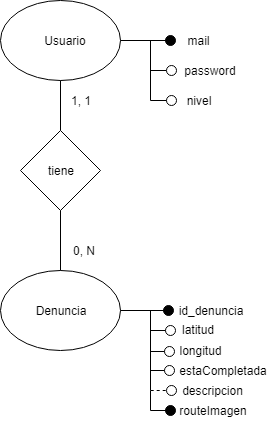
Earlier version of the draw.io export documentacion/DER GarbageMap.png (santiago-a-vidal/GarbageMap). Source tidied: cells renumbered, new cells last; positions are measured from the earlier drawing's top-left corner, leaving out a move shared by most shapes.
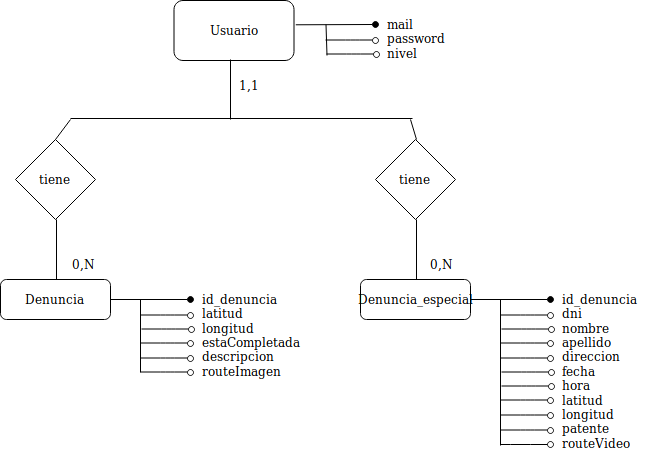
The same file after the commit.

The edit, as a diff of the source:
```diff
@@ -2,157 +2,254 @@
   <root>
     <mxCell id="0" />
     <mxCell id="1" parent="0" />
-    <mxCell id="2" style="ellipse;whiteSpace=wrap;html=1;" parent="1" vertex="1">
-      <mxGeometry y="270" width="120" height="80" as="geometry" />
-    </mxCell>
+    <mxCell id="18" value="Usuario" style="rounded=1;whiteSpace=wrap;html=1;" parent="1" vertex="1">
+      <mxGeometry x="-86.5" y="-59" width="120" height="60" as="geometry" />
+    </mxCell>
+    <mxCell id="42" value="tiene" style="rhombus;whiteSpace=wrap;html=1;" parent="1" vertex="1">
+      <mxGeometry x="115" y="80" width="80" height="80" as="geometry" />
+    </mxCell>
+    <mxCell id="43" style="rounded=0;jettySize=auto;html=1;exitX=1;exitY=0.5;exitDx=0;exitDy=0;strokeColor=#000000;startArrow=none;startFill=0;jumpStyle=gap;strokeWidth=1;endArrow=oval;endFill=1;" parent="1" edge="1" source="44">
+      <mxGeometry relative="1" as="geometry">
+        <mxPoint x="290" y="240" as="targetPoint" />
+      </mxGeometry>
+    </mxCell>
+    <mxCell id="44" value="Denuncia_especial" style="rounded=1;whiteSpace=wrap;html=1;" parent="1" vertex="1">
+      <mxGeometry x="100" y="220" width="110" height="40" as="geometry" />
+    </mxCell>
+    <mxCell id="45" style="endArrow=none;html=1;strokeColor=#000000;strokeWidth=1;endFill=0;arcSize=20;" parent="1" edge="1">
+      <mxGeometry relative="1" as="geometry">
+        <mxPoint x="240" y="240" as="sourcePoint" />
+        <mxPoint x="240" y="386" as="targetPoint" />
+      </mxGeometry>
+    </mxCell>
+    <mxCell id="46" style="endArrow=oval;html=1;strokeColor=#000000;strokeWidth=1;startArrow=none;startFill=0;endFill=0;" parent="1" edge="1">
+      <mxGeometry relative="1" as="geometry">
+        <mxPoint x="240" y="255.5" as="sourcePoint" />
+        <mxPoint x="290" y="255.5" as="targetPoint" />
+        <Array as="points">
+          <mxPoint x="270" y="255.5" />
+        </Array>
+      </mxGeometry>
+    </mxCell>
+    <mxCell id="47" style="endArrow=oval;html=1;strokeColor=#000000;strokeWidth=1;endFill=0;" parent="1" edge="1">
+      <mxGeometry relative="1" as="geometry">
+        <mxPoint x="241" y="269.5" as="sourcePoint" />
+        <mxPoint x="291" y="269.5" as="targetPoint" />
+        <Array as="points">
+          <mxPoint x="271" y="269.5" />
+        </Array>
+      </mxGeometry>
+    </mxCell>
+    <mxCell id="48" style="endArrow=oval;html=1;strokeColor=#000000;strokeWidth=1;endFill=0;" parent="1" edge="1">
+      <mxGeometry relative="1" as="geometry">
+        <mxPoint x="240" y="283.5" as="sourcePoint" />
+        <mxPoint x="290" y="283.5" as="targetPoint" />
+        <Array as="points">
+          <mxPoint x="270" y="283.5" />
+        </Array>
+      </mxGeometry>
+    </mxCell>
+    <mxCell id="49" style="endArrow=oval;html=1;strokeColor=#000000;strokeWidth=1;endFill=0;" parent="1" edge="1">
+      <mxGeometry relative="1" as="geometry">
+        <mxPoint x="240" y="298.5" as="sourcePoint" />
+        <mxPoint x="290" y="298.5" as="targetPoint" />
+        <Array as="points">
+          <mxPoint x="270" y="298.5" />
+        </Array>
+      </mxGeometry>
+    </mxCell>
+    <mxCell id="50" style="endArrow=oval;html=1;strokeColor=#000000;strokeWidth=1;endFill=0;" parent="1" edge="1">
+      <mxGeometry relative="1" as="geometry">
+        <mxPoint x="241" y="312.5" as="sourcePoint" />
+        <mxPoint x="291" y="312.5" as="targetPoint" />
+        <Array as="points">
+          <mxPoint x="271" y="312.5" />
+        </Array>
+      </mxGeometry>
+    </mxCell>
+    <mxCell id="51" style="endArrow=oval;html=1;strokeColor=#000000;strokeWidth=1;endFill=0;" parent="1" edge="1">
+      <mxGeometry relative="1" as="geometry">
+        <mxPoint x="241" y="326.5" as="sourcePoint" />
+        <mxPoint x="291" y="326.5" as="targetPoint" />
+        <Array as="points">
+          <mxPoint x="271" y="326.5" />
+        </Array>
+      </mxGeometry>
+    </mxCell>
+    <mxCell id="52" style="endArrow=oval;html=1;strokeColor=#000000;strokeWidth=1;endFill=0;" parent="1" edge="1">
+      <mxGeometry relative="1" as="geometry">
+        <mxPoint x="240" y="340.5" as="sourcePoint" />
+        <mxPoint x="290" y="340.5" as="targetPoint" />
+        <Array as="points">
+          <mxPoint x="270" y="340.5" />
+        </Array>
+      </mxGeometry>
+    </mxCell>
+    <mxCell id="53" style="endArrow=oval;html=1;strokeColor=#000000;strokeWidth=1;endFill=0;" parent="1" edge="1">
+      <mxGeometry relative="1" as="geometry">
+        <mxPoint x="240" y="355.5" as="sourcePoint" />
+        <mxPoint x="290" y="355.5" as="targetPoint" />
+        <Array as="points">
+          <mxPoint x="270" y="355.5" />
+        </Array>
+      </mxGeometry>
+    </mxCell>
+    <mxCell id="54" style="endArrow=oval;html=1;strokeColor=#000000;strokeWidth=1;endFill=0;" parent="1" edge="1">
+      <mxGeometry relative="1" as="geometry">
+        <mxPoint x="240" y="370.5" as="sourcePoint" />
+        <mxPoint x="290" y="370.5" as="targetPoint" />
+        <Array as="points">
+          <mxPoint x="270" y="370.5" />
+        </Array>
+      </mxGeometry>
+    </mxCell>
+    <mxCell id="55" style="endArrow=oval;html=1;strokeColor=#000000;strokeWidth=1;endFill=0;" parent="1" edge="1">
+      <mxGeometry relative="1" as="geometry">
+        <mxPoint x="240" y="385" as="sourcePoint" />
+        <mxPoint x="290" y="385" as="targetPoint" />
+        <Array as="points">
+          <mxPoint x="260" y="385" />
+        </Array>
+      </mxGeometry>
+    </mxCell>
+    <mxCell id="56" value="&lt;div&gt;id_denuncia&lt;/div&gt;&lt;div&gt;dni&lt;/div&gt;&lt;div&gt;nombre&lt;/div&gt;&lt;div&gt;apellido&lt;/div&gt;&lt;div&gt;direccion&lt;/div&gt;&lt;div&gt;fecha&lt;/div&gt;&lt;div&gt;hora&lt;/div&gt;&lt;div&gt;latitud&lt;/div&gt;&lt;div&gt;longitud&lt;/div&gt;&lt;div&gt;patente &lt;br&gt;&lt;/div&gt;&lt;div&gt;routeVideo&lt;br&gt;&lt;/div&gt;" style="text;html=1;align=left;verticalAlign=top;spacingTop=-4;" parent="1" vertex="1">
+      <mxGeometry x="300" y="230" width="90" height="160" as="geometry" />
+    </mxCell>
+    <mxCell id="57" style="rounded=0;jettySize=auto;html=1;exitX=1;exitY=0.5;exitDx=0;exitDy=0;strokeColor=#000000;startArrow=none;startFill=0;jumpStyle=gap;strokeWidth=1;endArrow=oval;endFill=1;" parent="1" edge="1" source="3">
+      <mxGeometry relative="1" as="geometry">
+        <mxPoint x="-70" y="240" as="targetPoint" />
+      </mxGeometry>
+    </mxCell>
-    <mxCell id="3" value="Denuncia" style="text;html=1;strokeColor=none;fillColor=none;align=center;verticalAlign=middle;whiteSpace=wrap;rounded=0;" parent="1" vertex="1">
-      <mxGeometry x="30" y="300" width="60" height="20" as="geometry" />
+    <mxCell id="3" value="Denuncia" style="rounded=1;whiteSpace=wrap;html=1;" parent="1" vertex="1">
+      <mxGeometry x="-260" y="220" width="110" height="40" as="geometry" />
     </mxCell>
-    <mxCell id="4" value="latitud&lt;br&gt;&lt;br&gt;" style="text;html=1;align=left;verticalAlign=top;spacingTop=-4;" parent="1" vertex="1">
-      <mxGeometry x="180" y="320" width="50" height="30" as="geometry" />
-    </mxCell>
-    <mxCell id="5" value="longitud" style="text;html=1;strokeColor=none;fillColor=none;align=center;verticalAlign=middle;whiteSpace=wrap;rounded=0;" parent="1" vertex="1">
-      <mxGeometry x="180" y="340" width="40" height="20" as="geometry" />
-    </mxCell>
-    <mxCell id="6" value="id_denuncia" style="text;html=1;strokeColor=none;fillColor=none;align=center;verticalAlign=middle;whiteSpace=wrap;rounded=0;" parent="1" vertex="1">
-      <mxGeometry x="190" y="300" width="40" height="20" as="geometry" />
-    </mxCell>
-    <mxCell id="7" value="estaCompletada" style="text;html=1;strokeColor=none;fillColor=none;align=center;verticalAlign=middle;whiteSpace=wrap;rounded=0;" parent="1" vertex="1">
-      <mxGeometry x="173" y="360" width="100" height="20" as="geometry" />
-    </mxCell>
-    <mxCell id="8" style="endArrow=none;html=1;exitX=1;exitY=0.5;exitDx=0;exitDy=0;" parent="1" edge="1" source="2">
-      <mxGeometry relative="1" as="geometry">
-        <mxPoint x="170" y="310" as="targetPoint" />
-      </mxGeometry>
-    </mxCell>
-    <mxCell id="9" style="endArrow=none;html=1;" parent="1" edge="1">
-      <mxGeometry relative="1" as="geometry">
-        <mxPoint x="150" y="390" as="sourcePoint" />
-        <mxPoint x="150" y="310" as="targetPoint" />
-      </mxGeometry>
-    </mxCell>
-    <mxCell id="10" style="ellipse;whiteSpace=wrap;html=1;fillColor=#000000;" parent="1" vertex="1">
-      <mxGeometry x="163" y="305" width="10" height="10" as="geometry" />
-    </mxCell>
-    <mxCell id="11" style="endArrow=none;html=1;" parent="1" edge="1">
-      <mxGeometry relative="1" as="geometry">
-        <mxPoint x="170" y="330" as="sourcePoint" />
-        <mxPoint x="150" y="330" as="targetPoint" />
-      </mxGeometry>
-    </mxCell>
-    <mxCell id="12" style="ellipse;whiteSpace=wrap;html=1;fillColor=#FFFFFF;" parent="1" vertex="1">
-      <mxGeometry x="165" y="325" width="10" height="10" as="geometry" />
-    </mxCell>
-    <mxCell id="13" style="ellipse;whiteSpace=wrap;html=1;fillColor=#FFFFFF;" parent="1" vertex="1">
-      <mxGeometry x="164" y="346" width="10" height="10" as="geometry" />
-    </mxCell>
-    <mxCell id="14" style="ellipse;whiteSpace=wrap;html=1;fillColor=#FFFFFF;" parent="1" vertex="1">
-      <mxGeometry x="164" y="365" width="10" height="10" as="geometry" />
-    </mxCell>
-    <mxCell id="15" style="endArrow=none;html=1;exitX=0;exitY=0.5;exitDx=0;exitDy=0;" parent="1" edge="1" source="13">
-      <mxGeometry relative="1" as="geometry">
-        <mxPoint x="150" y="351" as="targetPoint" />
-      </mxGeometry>
-    </mxCell>
-    <mxCell id="16" style="endArrow=none;html=1;" parent="1" edge="1">
-      <mxGeometry relative="1" as="geometry">
-        <mxPoint x="164" y="370" as="sourcePoint" />
-        <mxPoint x="150" y="370" as="targetPoint" />
-      </mxGeometry>
-    </mxCell>
-    <mxCell id="17" style="ellipse;whiteSpace=wrap;html=1;fillColor=#FFFFFF;" parent="1" vertex="1">
-      <mxGeometry width="120" height="80" as="geometry" />
-    </mxCell>
-    <mxCell id="18" value="Usuario" style="text;html=1;strokeColor=none;fillColor=none;align=center;verticalAlign=middle;whiteSpace=wrap;rounded=0;" parent="1" vertex="1">
-      <mxGeometry x="45" y="30" width="40" height="20" as="geometry" />
-    </mxCell>
-    <mxCell id="19" value="mail" style="text;html=1;strokeColor=none;fillColor=none;align=center;verticalAlign=middle;whiteSpace=wrap;rounded=0;" parent="1" vertex="1">
-      <mxGeometry x="186" y="30" width="24" height="20" as="geometry" />
-    </mxCell>
-    <mxCell id="20" value="password" style="text;html=1;strokeColor=none;fillColor=none;align=center;verticalAlign=middle;whiteSpace=wrap;rounded=0;" parent="1" vertex="1">
-      <mxGeometry x="180" y="60" width="60" height="20" as="geometry" />
-    </mxCell>
-    <mxCell id="21" style="endArrow=none;html=1;entryX=1;entryY=0.5;entryDx=0;entryDy=0;" parent="1" edge="1" target="17">
-      <mxGeometry relative="1" as="geometry">
-        <mxPoint x="170" y="40" as="sourcePoint" />
-      </mxGeometry>
-    </mxCell>
-    <mxCell id="22" style="endArrow=none;html=1;" parent="1" edge="1">
-      <mxGeometry relative="1" as="geometry">
-        <mxPoint x="150" y="100" as="sourcePoint" />
-        <mxPoint x="150" y="40" as="targetPoint" />
-      </mxGeometry>
-    </mxCell>
-    <mxCell id="23" style="endArrow=none;html=1;exitX=0;exitY=0.5;exitDx=0;exitDy=0;" parent="1" edge="1" source="25">
-      <mxGeometry relative="1" as="geometry">
-        <mxPoint x="150" y="70" as="targetPoint" />
-      </mxGeometry>
-    </mxCell>
-    <mxCell id="24" style="ellipse;whiteSpace=wrap;html=1;fillColor=#000000;" parent="1" vertex="1">
-      <mxGeometry x="165" y="35" width="10" height="10" as="geometry" />
-    </mxCell>
-    <mxCell id="25" style="ellipse;whiteSpace=wrap;html=1;fillColor=#FFFFFF;" parent="1" vertex="1">
-      <mxGeometry x="166" y="65" width="10" height="10" as="geometry" />
-    </mxCell>
-    <mxCell id="26" value="descripcion" style="text;html=1;strokeColor=none;fillColor=none;align=center;verticalAlign=middle;whiteSpace=wrap;rounded=0;" parent="1" vertex="1">
-      <mxGeometry x="180" y="380" width="65" height="20" as="geometry" />
-    </mxCell>
-    <mxCell id="27" style="endArrow=none;html=1;exitX=0;exitY=0.5;exitDx=0;exitDy=0;dashed=1;" parent="1" edge="1">
-      <mxGeometry relative="1" as="geometry">
-        <mxPoint x="171.2" y="390" as="sourcePoint" />
-        <mxPoint x="150" y="390" as="targetPoint" />
-      </mxGeometry>
-    </mxCell>
-    <mxCell id="28" style="ellipse;whiteSpace=wrap;html=1;fillColor=#FFFFFF;" parent="1" vertex="1">
-      <mxGeometry x="166" y="385" width="10" height="10" as="geometry" />
-    </mxCell>
-    <mxCell id="29" style="endArrow=none;html=1;" parent="1" edge="1">
-      <mxGeometry relative="1" as="geometry">
-        <mxPoint x="150" y="100" as="sourcePoint" />
-        <mxPoint x="170" y="100" as="targetPoint" />
-      </mxGeometry>
-    </mxCell>
-    <mxCell id="30" style="ellipse;whiteSpace=wrap;html=1;fillColor=#FFFFFF;" parent="1" vertex="1">
-      <mxGeometry x="166" y="95" width="10" height="10" as="geometry" />
-    </mxCell>
-    <mxCell id="31" value="nivel" style="text;html=1;strokeColor=none;fillColor=none;align=center;verticalAlign=middle;whiteSpace=wrap;rounded=0;" parent="1" vertex="1">
-      <mxGeometry x="183" y="90" width="30" height="20" as="geometry" />
-    </mxCell>
-    <mxCell id="32" style="rhombus;whiteSpace=wrap;html=1;fillColor=#FFFFFF;" parent="1" vertex="1">
-      <mxGeometry x="20" y="130" width="80" height="80" as="geometry" />
-    </mxCell>
-    <mxCell id="33" value="0, N&lt;br&gt;" style="text;html=1;strokeColor=none;fillColor=none;align=center;verticalAlign=middle;whiteSpace=wrap;rounded=0;" parent="1" vertex="1">
-      <mxGeometry x="63" y="240" width="40" height="20" as="geometry" />
-    </mxCell>
-    <mxCell id="34" value="1, 1" style="text;html=1;strokeColor=none;fillColor=none;align=center;verticalAlign=middle;whiteSpace=wrap;rounded=0;" parent="1" vertex="1">
-      <mxGeometry x="60" y="90" width="40" height="20" as="geometry" />
-    </mxCell>
-    <mxCell id="35" value="tiene" style="text;html=1;strokeColor=none;fillColor=none;align=center;verticalAlign=middle;whiteSpace=wrap;rounded=0;" parent="1" vertex="1">
-      <mxGeometry x="40" y="160" width="40" height="20" as="geometry" />
-    </mxCell>
-    <mxCell id="36" style="endArrow=none;html=1;entryX=0.5;entryY=1;entryDx=0;entryDy=0;" parent="1" edge="1" source="2" target="32">
-      <mxGeometry relative="1" as="geometry" />
-    </mxCell>
-    <mxCell id="37" style="endArrow=none;html=1;entryX=0.5;entryY=0;entryDx=0;entryDy=0;exitX=0.5;exitY=1;exitDx=0;exitDy=0;" parent="1" edge="1" source="17" target="32">
-      <mxGeometry relative="1" as="geometry" />
-    </mxCell>
-    <mxCell id="38" value="routeImagen" style="text;html=1;strokeColor=none;fillColor=none;align=center;verticalAlign=middle;whiteSpace=wrap;rounded=0;" parent="1" vertex="1">
-      <mxGeometry x="193" y="400" width="40" height="20" as="geometry" />
-    </mxCell>
-    <mxCell id="39" style="endArrow=none;html=1;" parent="1" edge="1">
-      <mxGeometry relative="1" as="geometry">
-        <mxPoint x="150" y="410" as="sourcePoint" />
-        <mxPoint x="150" y="390" as="targetPoint" />
-      </mxGeometry>
-    </mxCell>
-    <mxCell id="40" style="endArrow=none;html=1;" parent="1" edge="1">
-      <mxGeometry relative="1" as="geometry">
-        <mxPoint x="150" y="410" as="sourcePoint" />
-        <mxPoint x="170" y="410" as="targetPoint" />
-      </mxGeometry>
-    </mxCell>
-    <mxCell id="41" style="ellipse;whiteSpace=wrap;html=1;fillColor=#000000;" parent="1" vertex="1">
-      <mxGeometry x="165" y="405" width="10" height="10" as="geometry" />
-    </mxCell>
+    <mxCell id="58" style="endArrow=none;html=1;strokeColor=#000000;strokeWidth=1;endFill=0;arcSize=0;" parent="1" edge="1">
+      <mxGeometry relative="1" as="geometry">
+        <mxPoint x="-120" y="240" as="sourcePoint" />
+        <mxPoint x="-120" y="313" as="targetPoint" />
+      </mxGeometry>
+    </mxCell>
+    <mxCell id="59" style="endArrow=oval;html=1;strokeColor=#000000;strokeWidth=1;startArrow=none;startFill=0;endFill=0;" parent="1" edge="1">
+      <mxGeometry relative="1" as="geometry">
+        <mxPoint x="-120" y="255.5" as="sourcePoint" />
+        <mxPoint x="-70" y="255.5" as="targetPoint" />
+        <Array as="points">
+          <mxPoint x="-90" y="255.5" />
+        </Array>
+      </mxGeometry>
+    </mxCell>
+    <mxCell id="60" style="endArrow=oval;html=1;strokeColor=#000000;strokeWidth=1;endFill=0;" parent="1" edge="1">
+      <mxGeometry relative="1" as="geometry">
+        <mxPoint x="-119" y="269.5" as="sourcePoint" />
+        <mxPoint x="-69" y="269.5" as="targetPoint" />
+        <Array as="points">
+          <mxPoint x="-89" y="269.5" />
+        </Array>
+      </mxGeometry>
+    </mxCell>
+    <mxCell id="61" style="endArrow=oval;html=1;strokeColor=#000000;strokeWidth=1;endFill=0;" parent="1" edge="1">
+      <mxGeometry relative="1" as="geometry">
+        <mxPoint x="-120" y="283.5" as="sourcePoint" />
+        <mxPoint x="-70" y="283.5" as="targetPoint" />
+        <Array as="points">
+          <mxPoint x="-90" y="283.5" />
+        </Array>
+      </mxGeometry>
+    </mxCell>
+    <mxCell id="62" style="endArrow=oval;html=1;strokeColor=#000000;strokeWidth=1;endFill=0;" parent="1" edge="1">
+      <mxGeometry relative="1" as="geometry">
+        <mxPoint x="-120" y="298.5" as="sourcePoint" />
+        <mxPoint x="-70" y="298.5" as="targetPoint" />
+        <Array as="points">
+          <mxPoint x="-90" y="298.5" />
+        </Array>
+      </mxGeometry>
+    </mxCell>
+    <mxCell id="63" style="endArrow=oval;html=1;strokeColor=#000000;strokeWidth=1;endFill=0;" parent="1" edge="1">
+      <mxGeometry relative="1" as="geometry">
+        <mxPoint x="-120" y="312.5" as="sourcePoint" />
+        <mxPoint x="-70" y="312.5" as="targetPoint" />
+        <Array as="points">
+          <mxPoint x="-90" y="312.5" />
+        </Array>
+      </mxGeometry>
+    </mxCell>
+    <mxCell id="64" value="&lt;div&gt;id_denuncia&lt;/div&gt;&lt;div&gt;latitud&lt;/div&gt;&lt;div&gt;longitud&lt;/div&gt;&lt;div&gt;estaCompletada&lt;br&gt;&lt;/div&gt;&lt;div&gt;descripcion&lt;/div&gt;&lt;div&gt;routeImagen&lt;br&gt;&lt;/div&gt;" style="text;html=1;align=left;verticalAlign=top;spacingTop=-4;" parent="1" vertex="1">
+      <mxGeometry x="-60" y="230" width="120" height="90" as="geometry" />
+    </mxCell>
+    <mxCell id="65" value="tiene" style="rhombus;whiteSpace=wrap;html=1;" parent="1" vertex="1">
+      <mxGeometry x="-245" y="80" width="80" height="80" as="geometry" />
+    </mxCell>
+    <mxCell id="66" style="rounded=0;orthogonalLoop=1;jettySize=auto;html=1;exitX=1;exitY=0.5;exitDx=0;exitDy=0;strokeColor=#000000;startArrow=none;startFill=0;jumpStyle=gap;strokeWidth=1;endArrow=oval;endFill=1;" parent="1" edge="1">
+      <mxGeometry relative="1" as="geometry">
+        <mxPoint x="35.3" y="-34.7" as="sourcePoint" />
+        <mxPoint x="115" y="-35" as="targetPoint" />
+      </mxGeometry>
+    </mxCell>
+    <mxCell id="67" style="endArrow=none;html=1;strokeColor=#000000;strokeWidth=1;endFill=0;arcSize=0;" parent="1" edge="1">
+      <mxGeometry relative="1" as="geometry">
+        <mxPoint x="65.5" y="-35" as="sourcePoint" />
+        <mxPoint x="66.5" y="-4" as="targetPoint" />
+      </mxGeometry>
+    </mxCell>
+    <mxCell id="68" style="endArrow=oval;html=1;strokeColor=#000000;strokeWidth=1;startArrow=none;startFill=0;endFill=0;" parent="1" edge="1">
+      <mxGeometry relative="1" as="geometry">
+        <mxPoint x="65" y="-19.5" as="sourcePoint" />
+        <mxPoint x="115" y="-19.5" as="targetPoint" />
+        <Array as="points">
+          <mxPoint x="95" y="-19.5" />
+        </Array>
+      </mxGeometry>
+    </mxCell>
+    <mxCell id="69" style="endArrow=oval;html=1;strokeColor=#000000;strokeWidth=1;endFill=0;" parent="1" edge="1">
+      <mxGeometry relative="1" as="geometry">
+        <mxPoint x="66" y="-5.5" as="sourcePoint" />
+        <mxPoint x="116" y="-5.5" as="targetPoint" />
+        <Array as="points">
+          <mxPoint x="96" y="-5.5" />
+        </Array>
+      </mxGeometry>
+    </mxCell>
+    <mxCell id="70" value="&lt;div&gt;mail&lt;/div&gt;&lt;div&gt;password&lt;/div&gt;&lt;div&gt;nivel&lt;br&gt;&lt;/div&gt;" style="text;html=1;align=left;verticalAlign=top;spacingTop=-4;" parent="1" vertex="1">
+      <mxGeometry x="125" y="-45" width="70" height="40" as="geometry" />
+    </mxCell>
+    <mxCell id="71" style="endArrow=none;html=1;strokeColor=#000000;strokeWidth=1;" parent="1" edge="1">
+      <mxGeometry relative="1" as="geometry">
+        <mxPoint x="-30" y="60" as="sourcePoint" />
+        <mxPoint x="-30" as="targetPoint" />
+      </mxGeometry>
+    </mxCell>
+    <mxCell id="72" style="endArrow=none;html=1;strokeColor=#000000;strokeWidth=1;" parent="1" edge="1">
+      <mxGeometry relative="1" as="geometry">
+        <mxPoint x="-190" y="59" as="sourcePoint" />
+        <mxPoint x="152" y="59" as="targetPoint" />
+      </mxGeometry>
+    </mxCell>
+    <mxCell id="73" style="endArrow=none;html=1;strokeColor=#000000;strokeWidth=1;exitX=0.5;exitY=0;exitDx=0;exitDy=0;" parent="1" edge="1" source="42">
+      <mxGeometry relative="1" as="geometry">
+        <mxPoint x="150" y="60" as="targetPoint" />
+      </mxGeometry>
+    </mxCell>
+    <mxCell id="74" style="endArrow=none;html=1;strokeColor=#000000;strokeWidth=1;" parent="1" edge="1">
+      <mxGeometry relative="1" as="geometry">
+        <mxPoint x="-205" y="80" as="sourcePoint" />
+        <mxPoint x="-190" y="60" as="targetPoint" />
+      </mxGeometry>
+    </mxCell>
+    <mxCell id="75" style="endArrow=none;html=1;strokeColor=#000000;strokeWidth=1;entryX=0.5;entryY=1;entryDx=0;entryDy=0;exitX=0.5;exitY=0;exitDx=0;exitDy=0;" parent="1" edge="1" source="3" target="65">
+      <mxGeometry relative="1" as="geometry" />
+    </mxCell>
+    <mxCell id="76" style="endArrow=none;html=1;strokeColor=#000000;strokeWidth=1;entryX=0.5;entryY=1;entryDx=0;entryDy=0;exitX=0.5;exitY=0;exitDx=0;exitDy=0;" parent="1" edge="1" source="44" target="42">
+      <mxGeometry relative="1" as="geometry" />
+    </mxCell>
+    <mxCell id="77" value="1,1" style="text;html=1;align=left;verticalAlign=top;spacingTop=-4;" parent="1" vertex="1">
+      <mxGeometry x="-23" y="16" width="30" height="20" as="geometry" />
+    </mxCell>
+    <mxCell id="78" value="0,N" style="text;html=1;align=left;verticalAlign=top;spacingTop=-4;" parent="1" vertex="1">
+      <mxGeometry x="168" y="195" width="40" height="20" as="geometry" />
+    </mxCell>
+    <mxCell id="79" value="0,N" style="text;html=1;align=left;verticalAlign=top;spacingTop=-4;" parent="1" vertex="1">
+      <mxGeometry x="-190" y="195" width="40" height="20" as="geometry" />
+    </mxCell>
   </root>
 </mxGraphModel>
```
